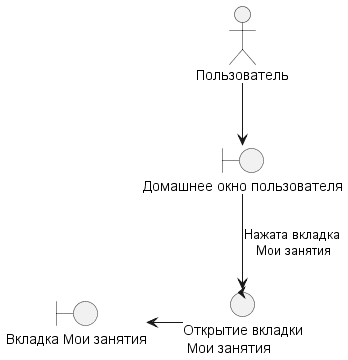
Earlier version of the PlantUML export UML/out/Prigodnosty/PrProsmotrMoixZanyatiq/PrProsmotrMoixZanyatiq.wsd.png (Undetaker45/MDKP).
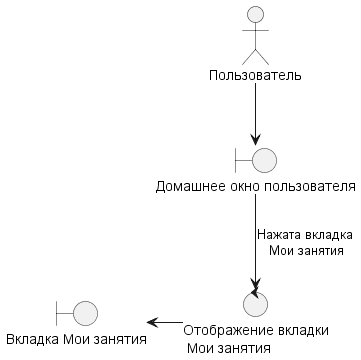
After the commit.

Diff of the diagram source:
```diff
@@ -2,7 +2,7 @@
 
 actor "Пользователь" as pl
 
-control "Открытие вкладки\n Мои занятия" as co
+control "Отображение вкладки\n Мои занятия" as co
 
 boundary "Домашнее окно пользователя" as bo
 boundary "Вкладка Мои занятия" as bo1
```
